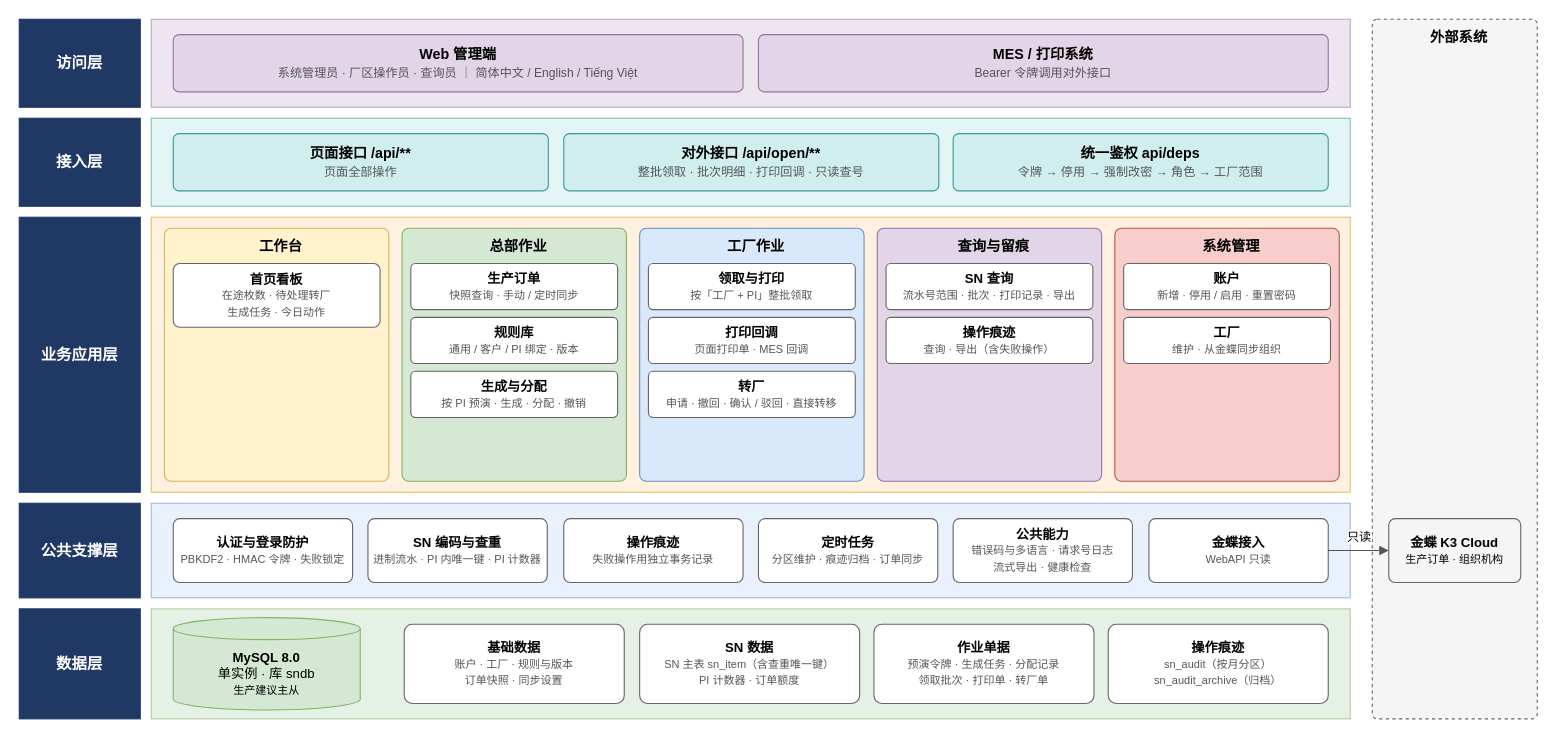
This is docs/images/系统技术方案/fig2-1-function.drawio from Createsnow/sn-center, a draw.io file, before an edit. Source tidied: cells renumbered, new cells numbered last; positions are measured from the earlier drawing's top-left corner, leaving out a move shared by most shapes. Both pictures are drawn from the tidied source at 110%, with x=0, y=0 at pixel (19, 19).
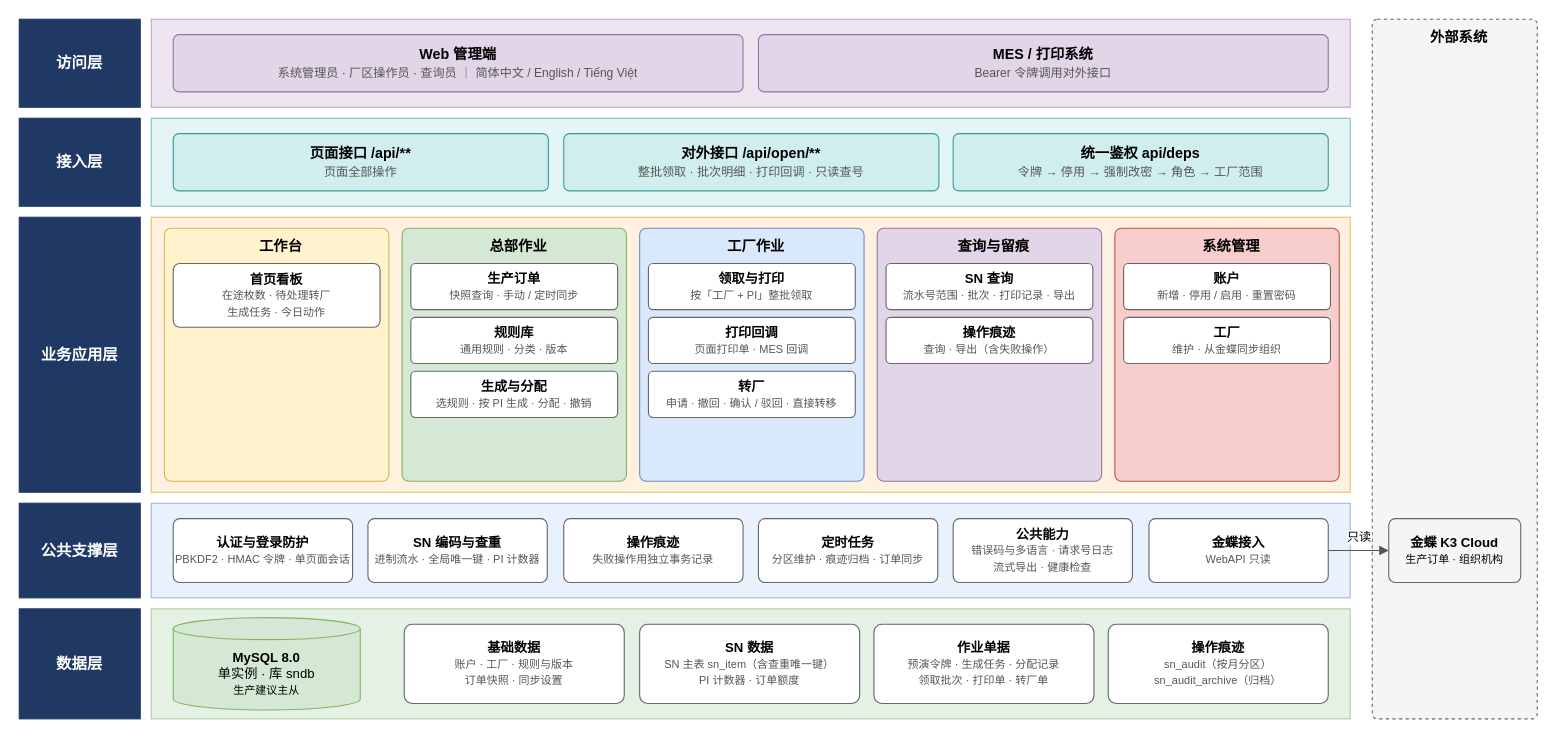
The same page after the edit.

The edit, as a diff of the source:
```diff
@@
-    <mxCell id="21" value="&lt;b&gt;规则库&lt;/b&gt;&lt;br&gt;&lt;font style=&quot;font-size:10px&quot; color=&quot;#555555&quot;&gt;通用 / 客户 / PI 绑定 · 版本&lt;/font&gt;" style="rounded=1;arcSize=10;whiteSpace=wrap;html=1;fillColor=#ffffff;strokeColor=#666666;fontSize=12;fontFamily=Microsoft YaHei,PingFang SC,Helvetica,Arial,WenQuanYi Zen Hei,sans-serif;" parent="1" vertex="1">
+    <mxCell id="21" value="&lt;b&gt;规则库&lt;/b&gt;&lt;br&gt;&lt;font style=&quot;font-size:10px&quot; color=&quot;#555555&quot;&gt;通用规则 · 分类 · 版本&lt;/font&gt;" style="rounded=1;arcSize=10;whiteSpace=wrap;html=1;fillColor=#ffffff;strokeColor=#666666;fontSize=12;fontFamily=Microsoft YaHei,PingFang SC,Helvetica,Arial,WenQuanYi Zen Hei,sans-serif;" parent="1" vertex="1">
       <mxGeometry x="356" y="271" width="188" height="42" as="geometry" />
     </mxCell>
-    <mxCell id="22" value="&lt;b&gt;生成与分配&lt;/b&gt;&lt;br&gt;&lt;font style=&quot;font-size:10px&quot; color=&quot;#555555&quot;&gt;按 PI 预演 · 生成 · 分配 · 撤销&lt;/font&gt;" style="rounded=1;arcSize=10;whiteSpace=wrap;html=1;fillColor=#ffffff;strokeColor=#666666;fontSize=12;fontFamily=Microsoft YaHei,PingFang SC,Helvetica,Arial,WenQuanYi Zen Hei,sans-serif;" parent="1" vertex="1">
+    <mxCell id="22" value="&lt;b&gt;生成与分配&lt;/b&gt;&lt;br&gt;&lt;font style=&quot;font-size:10px&quot; color=&quot;#555555&quot;&gt;选规则 · 按 PI 生成 · 分配 · 撤销&lt;/font&gt;" style="rounded=1;arcSize=10;whiteSpace=wrap;html=1;fillColor=#ffffff;strokeColor=#666666;fontSize=12;fontFamily=Microsoft YaHei,PingFang SC,Helvetica,Arial,WenQuanYi Zen Hei,sans-serif;" parent="1" vertex="1">
       <mxGeometry x="356" y="320" width="188" height="42" as="geometry" />
     </mxCell>
@@
-    <mxCell id="33" value="&lt;b&gt;认证与登录防护&lt;/b&gt;&lt;br&gt;&lt;font style=&quot;font-size:10px&quot; color=&quot;#555555&quot;&gt;PBKDF2 · HMAC 令牌 · 失败锁定&lt;/font&gt;" style="rounded=1;arcSize=10;whiteSpace=wrap;html=1;fillColor=#ffffff;strokeColor=#666666;fontSize=12;fontFamily=Microsoft YaHei,PingFang SC,Helvetica,Arial,WenQuanYi Zen Hei,sans-serif;" parent="1" vertex="1">
+    <mxCell id="33" value="&lt;b&gt;认证与登录防护&lt;/b&gt;&lt;br&gt;&lt;font style=&quot;font-size:10px&quot; color=&quot;#555555&quot;&gt;PBKDF2 · HMAC 令牌 · 单页面会话&lt;/font&gt;" style="rounded=1;arcSize=10;whiteSpace=wrap;html=1;fillColor=#ffffff;strokeColor=#666666;fontSize=12;fontFamily=Microsoft YaHei,PingFang SC,Helvetica,Arial,WenQuanYi Zen Hei,sans-serif;" parent="1" vertex="1">
       <mxGeometry x="140" y="454" width="163" height="58" as="geometry" />
     </mxCell>
-    <mxCell id="34" value="&lt;b&gt;SN 编码与查重&lt;/b&gt;&lt;br&gt;&lt;font style=&quot;font-size:10px&quot; color=&quot;#555555&quot;&gt;进制流水 · PI 内唯一键 · PI 计数器&lt;/font&gt;" style="rounded=1;arcSize=10;whiteSpace=wrap;html=1;fillColor=#ffffff;strokeColor=#666666;fontSize=12;fontFamily=Microsoft YaHei,PingFang SC,Helvetica,Arial,WenQuanYi Zen Hei,sans-serif;" parent="1" vertex="1">
+    <mxCell id="34" value="&lt;b&gt;SN 编码与查重&lt;/b&gt;&lt;br&gt;&lt;font style=&quot;font-size:10px&quot; color=&quot;#555555&quot;&gt;进制流水 · 全局唯一键 · PI 计数器&lt;/font&gt;" style="rounded=1;arcSize=10;whiteSpace=wrap;html=1;fillColor=#ffffff;strokeColor=#666666;fontSize=12;fontFamily=Microsoft YaHei,PingFang SC,Helvetica,Arial,WenQuanYi Zen Hei,sans-serif;" parent="1" vertex="1">
       <mxGeometry x="317" y="454" width="163" height="58" as="geometry" />
     </mxCell>
```
